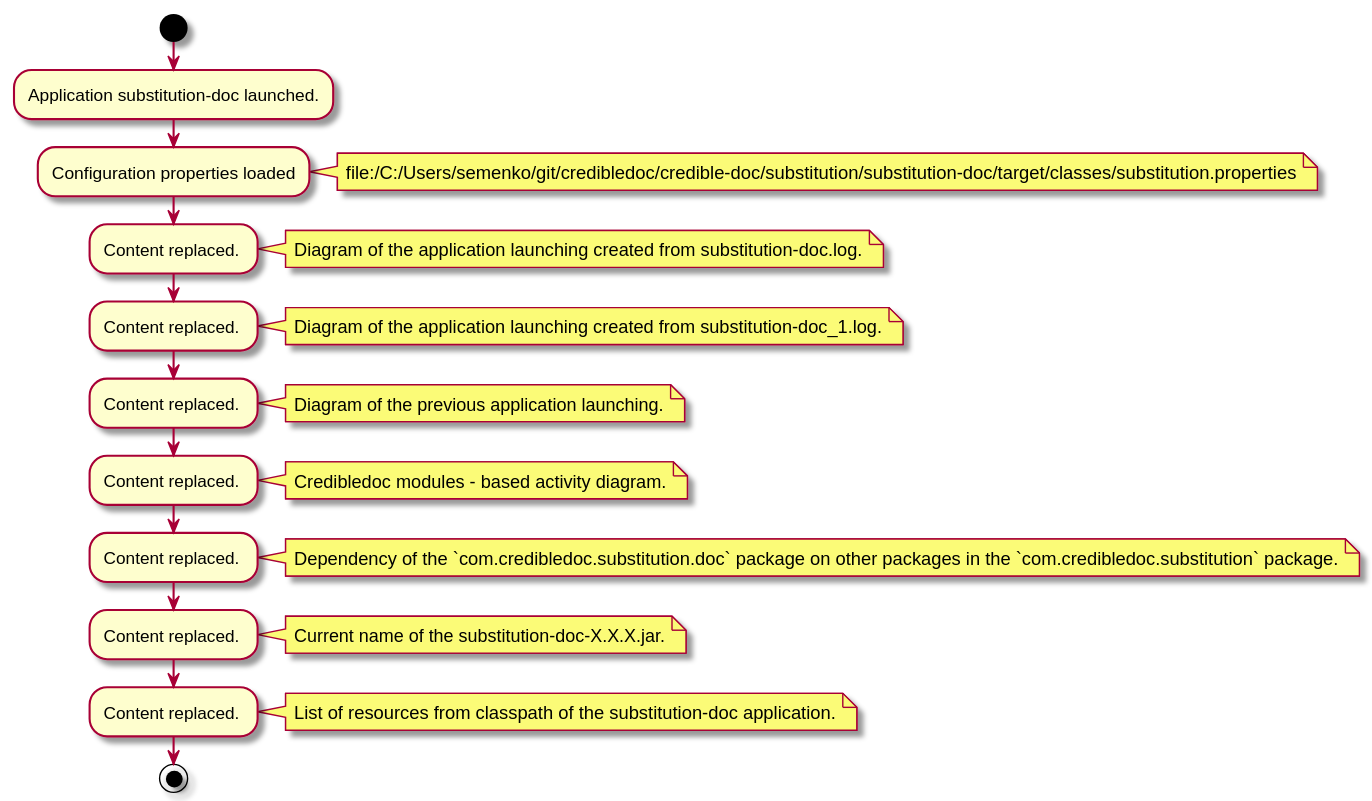
This is substitution/substitution-doc/doc/img/diagrams.md_2.svg from credibledoc/credible-doc, a PlantUML export, as it was before one commit.
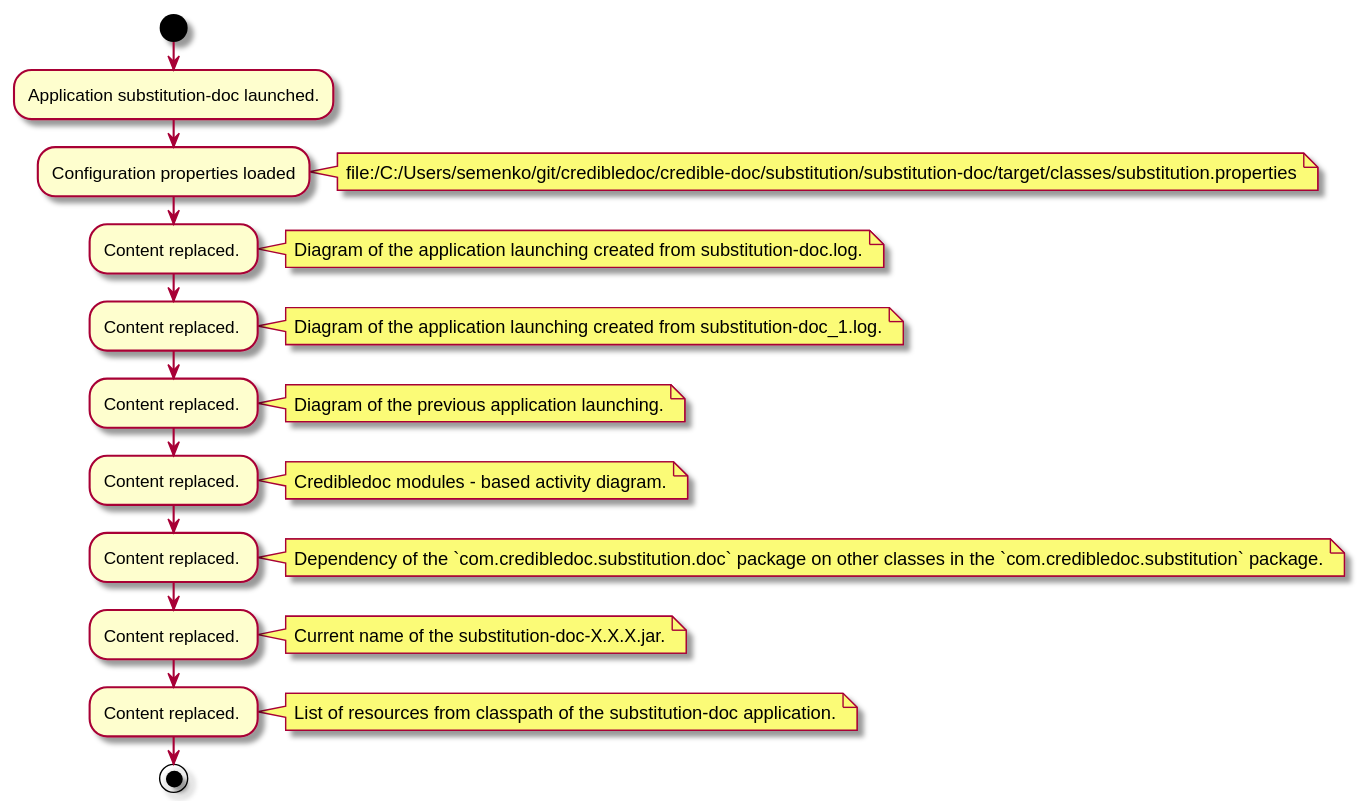
Above is the later version.

The edit, as a diff of the source:
```diff
@@ -29,7 +29,7 @@
 
 :Content replaced. ;
 note right
-Dependency of the `com.credibledoc.substitution.doc` package on other packages in the `com.credibledoc.substitution` package.
+Dependency of the `com.credibledoc.substitution.doc` package on other classes in the `com.credibledoc.substitution` package.
 end note
 
 :Content replaced. ;
```
